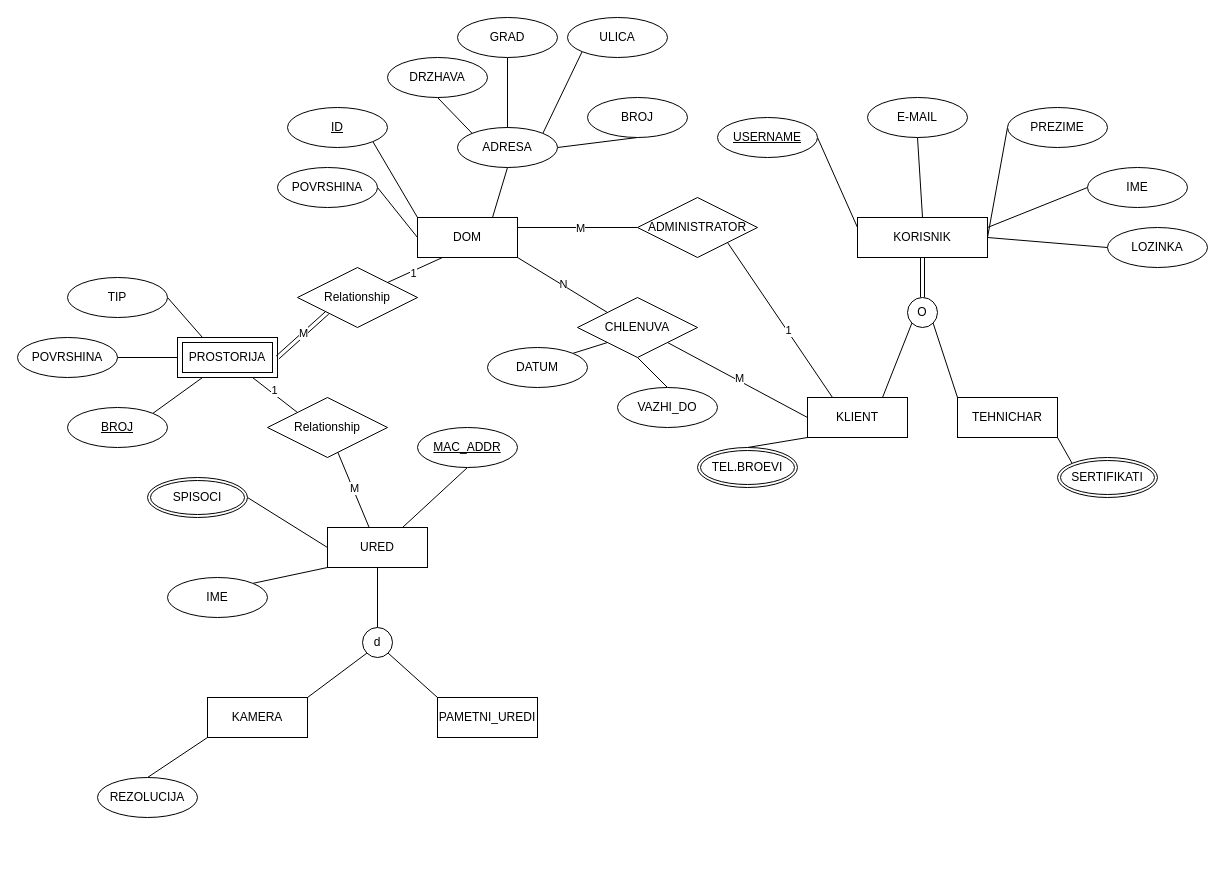
Above: lab1.drawio in loramarku9/BAZInaPODATOCI (draw.io), before the change. Source tidied: cells renumbered, new cells numbered last; positions are measured from the earlier drawing's top-left corner, leaving out a move shared by most shapes. Both pictures are drawn from the tidied source at 100%, with x=0, y=0 at pixel (17, 17).
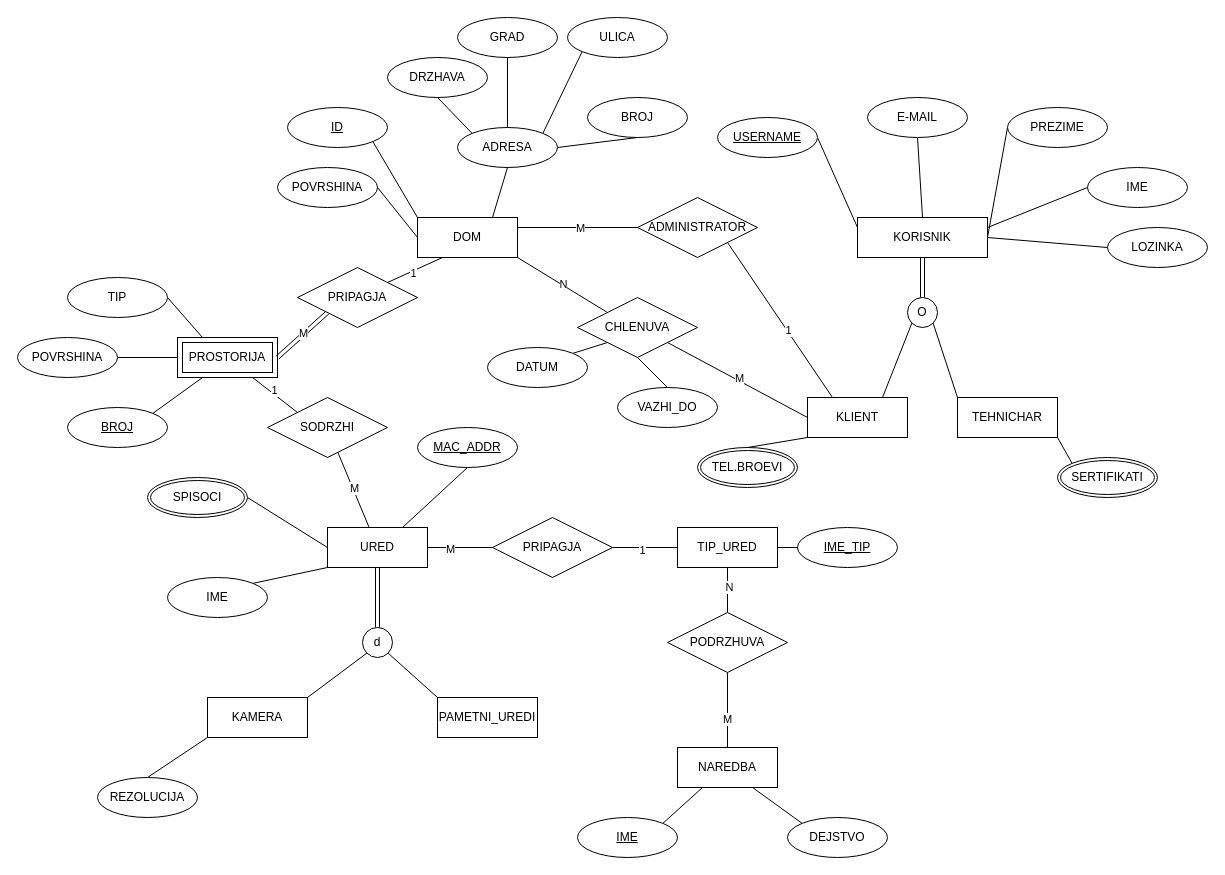
Above is the later version.

The change refers to these unchanged cells:
```xml
<mxCell id="70" value="URED" style="whiteSpace=wrap;html=1;align=center;" parent="1" vertex="1">
  <mxGeometry x="310" y="510" width="100" height="40" as="geometry" />
</mxCell>
<mxCell id="78" value="d" style="ellipse;whiteSpace=wrap;html=1;shapeInside=1;" parent="1" vertex="1">
  <mxGeometry x="345" y="610" width="30" height="30" as="geometry" />
</mxCell>
```

What changed in the source:
```diff
@@
-    <mxCell id="65" value="Relationship" style="shape=rhombus;perimeter=rhombusPerimeter;whiteSpace=wrap;html=1;align=center;" parent="1" vertex="1">
+    <mxCell id="65" value="PRIPAGJA" style="shape=rhombus;perimeter=rhombusPerimeter;whiteSpace=wrap;html=1;align=center;" parent="1" vertex="1">
       <mxGeometry x="280" y="250" width="120" height="60" as="geometry" />
     </mxCell>
@@
-    <mxCell id="69" style="edgeStyle=none;shape=connector;rounded=0;jettySize=auto;html=1;exitX=0.5;exitY=1;exitDx=0;exitDy=0;entryX=0.5;entryY=0;entryDx=0;entryDy=0;strokeColor=default;align=center;verticalAlign=middle;fontFamily=Helvetica;fontSize=11;fontColor=default;labelBackgroundColor=default;defaultLabelBackgroundColor=page;endArrow=none;endFill=0;" parent="1" edge="1" source="70" target="78">
+    <mxCell id="69" style="edgeStyle=none;shape=link;rounded=0;jettySize=auto;html=1;exitX=0.5;exitY=1;exitDx=0;exitDy=0;entryX=0.5;entryY=0;entryDx=0;entryDy=0;strokeColor=default;align=center;verticalAlign=middle;fontFamily=Helvetica;fontSize=11;fontColor=default;labelBackgroundColor=default;defaultLabelBackgroundColor=page;endArrow=none;endFill=0;" parent="1" edge="1" source="70" target="78">
       <mxGeometry relative="1" as="geometry" />
     </mxCell>
+    <mxCell id="84" style="edgeStyle=none;shape=connector;rounded=0;jettySize=auto;html=1;exitX=1;exitY=0.5;exitDx=0;exitDy=0;entryX=0;entryY=0.5;entryDx=0;entryDy=0;strokeColor=default;align=center;verticalAlign=middle;fontFamily=Helvetica;fontSize=11;fontColor=default;labelBackgroundColor=default;defaultLabelBackgroundColor=page;endArrow=none;endFill=0;" parent="1" edge="1" source="70" target="92">
+      <mxGeometry relative="1" as="geometry" />
+    </mxCell>
+    <mxCell id="85" value="M" style="edgeLabel;html=1;align=center;verticalAlign=middle;inheritText=1;defaultLabelBackgroundColor=page;" parent="84" vertex="1">
+      <mxGeometry x="-0.33" y="-1" relative="1" as="geometry" />
+    </mxCell>
@@
-    <mxCell id="76" value="Relationship" style="shape=rhombus;perimeter=rhombusPerimeter;whiteSpace=wrap;html=1;align=center;" parent="1" vertex="1">
+    <mxCell id="76" value="SODRZHI" style="shape=rhombus;perimeter=rhombusPerimeter;whiteSpace=wrap;html=1;align=center;" parent="1" vertex="1">
       <mxGeometry x="250" y="380" width="120" height="60" as="geometry" />
     </mxCell>
@@
+    <mxCell id="86" style="edgeStyle=none;shape=connector;rounded=0;jettySize=auto;html=1;exitX=0.5;exitY=1;exitDx=0;exitDy=0;entryX=0.5;entryY=0;entryDx=0;entryDy=0;strokeColor=default;align=center;verticalAlign=middle;fontFamily=Helvetica;fontSize=11;fontColor=default;labelBackgroundColor=default;defaultLabelBackgroundColor=page;endArrow=none;endFill=0;" parent="1" edge="1" source="89" target="98">
+      <mxGeometry relative="1" as="geometry" />
+    </mxCell>
+    <mxCell id="87" value="N" style="edgeLabel;html=1;align=center;verticalAlign=middle;inheritText=1;defaultLabelBackgroundColor=page;" parent="86" vertex="1">
+      <mxGeometry x="-0.17" y="1" relative="1" as="geometry" />
+    </mxCell>
+    <mxCell id="88" style="edgeStyle=none;shape=connector;rounded=0;jettySize=auto;html=1;exitX=1;exitY=0.5;exitDx=0;exitDy=0;entryX=0;entryY=0.5;entryDx=0;entryDy=0;strokeColor=default;align=center;verticalAlign=middle;fontFamily=Helvetica;fontSize=11;fontColor=default;labelBackgroundColor=default;defaultLabelBackgroundColor=page;endArrow=none;endFill=0;" parent="1" edge="1" source="89" target="101">
+      <mxGeometry relative="1" as="geometry" />
+    </mxCell>
+    <mxCell id="89" value="TIP_URED" style="whiteSpace=wrap;html=1;align=center;" parent="1" vertex="1">
+      <mxGeometry x="660" y="510" width="100" height="40" as="geometry" />
+    </mxCell>
+    <mxCell id="90" style="edgeStyle=none;shape=connector;rounded=0;jettySize=auto;html=1;exitX=1;exitY=0.5;exitDx=0;exitDy=0;entryX=0;entryY=0.5;entryDx=0;entryDy=0;strokeColor=default;align=center;verticalAlign=middle;fontFamily=Helvetica;fontSize=11;fontColor=default;labelBackgroundColor=default;defaultLabelBackgroundColor=page;endArrow=none;endFill=0;" parent="1" edge="1" source="92" target="89">
+      <mxGeometry relative="1" as="geometry" />
+    </mxCell>
+    <mxCell id="91" value="1" style="edgeLabel;html=1;align=center;verticalAlign=middle;inheritText=1;defaultLabelBackgroundColor=page;" parent="90" vertex="1">
+      <mxGeometry x="-0.11" y="-2" relative="1" as="geometry" />
+    </mxCell>
+    <mxCell id="92" value="PRIPAGJA" style="shape=rhombus;perimeter=rhombusPerimeter;whiteSpace=wrap;html=1;align=center;" parent="1" vertex="1">
+      <mxGeometry x="475" y="500" width="120" height="60" as="geometry" />
+    </mxCell>
+    <mxCell id="93" style="edgeStyle=none;shape=connector;rounded=0;jettySize=auto;html=1;exitX=0.25;exitY=1;exitDx=0;exitDy=0;entryX=1;entryY=0;entryDx=0;entryDy=0;strokeColor=default;align=center;verticalAlign=middle;fontFamily=Helvetica;fontSize=11;fontColor=default;labelBackgroundColor=default;defaultLabelBackgroundColor=page;endArrow=none;endFill=0;" parent="1" edge="1" source="95" target="100">
+      <mxGeometry relative="1" as="geometry" />
+    </mxCell>
+    <mxCell id="94" style="edgeStyle=none;shape=connector;rounded=0;jettySize=auto;html=1;exitX=0.75;exitY=1;exitDx=0;exitDy=0;entryX=0;entryY=0;entryDx=0;entryDy=0;strokeColor=default;align=center;verticalAlign=middle;fontFamily=Helvetica;fontSize=11;fontColor=default;labelBackgroundColor=default;defaultLabelBackgroundColor=page;endArrow=none;endFill=0;" parent="1" edge="1" source="95" target="99">
+      <mxGeometry relative="1" as="geometry" />
+    </mxCell>
+    <mxCell id="95" value="NAREDBA" style="whiteSpace=wrap;html=1;align=center;" parent="1" vertex="1">
+      <mxGeometry x="660" y="730" width="100" height="40" as="geometry" />
+    </mxCell>
+    <mxCell id="96" style="edgeStyle=none;shape=connector;rounded=0;jettySize=auto;html=1;exitX=0.5;exitY=1;exitDx=0;exitDy=0;entryX=0.5;entryY=0;entryDx=0;entryDy=0;strokeColor=default;align=center;verticalAlign=middle;fontFamily=Helvetica;fontSize=11;fontColor=default;labelBackgroundColor=default;defaultLabelBackgroundColor=page;endArrow=none;endFill=0;" parent="1" edge="1" source="98" target="95">
+      <mxGeometry relative="1" as="geometry" />
+    </mxCell>
+    <mxCell id="97" value="M" style="edgeLabel;html=1;align=center;verticalAlign=middle;inheritText=1;defaultLabelBackgroundColor=page;" parent="96" vertex="1">
+      <mxGeometry x="0.22" y="-1" relative="1" as="geometry" />
+    </mxCell>
+    <mxCell id="98" value="PODRZHUVA" style="shape=rhombus;perimeter=rhombusPerimeter;whiteSpace=wrap;html=1;align=center;" parent="1" vertex="1">
+      <mxGeometry x="650" y="595" width="120" height="60" as="geometry" />
+    </mxCell>
+    <mxCell id="99" value="DEJSTVO" style="ellipse;whiteSpace=wrap;html=1;align=center;" parent="1" vertex="1">
+      <mxGeometry x="770" y="800" width="100" height="40" as="geometry" />
+    </mxCell>
+    <mxCell id="100" value="&lt;u&gt;IME&lt;/u&gt;" style="ellipse;whiteSpace=wrap;html=1;align=center;" parent="1" vertex="1">
+      <mxGeometry x="560" y="800" width="100" height="40" as="geometry" />
+    </mxCell>
+    <mxCell id="101" value="&lt;u&gt;IME_TIP&lt;/u&gt;" style="ellipse;whiteSpace=wrap;html=1;align=center;" parent="1" vertex="1">
+      <mxGeometry x="780" y="510" width="100" height="40" as="geometry" />
+    </mxCell>
```
